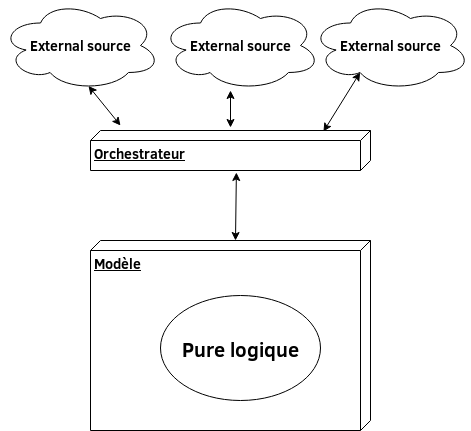
Before: fr/fp/img/6pure.png, a diagram exported from draw.io (CexJ/slides-fr-fp). Source tidied: cells renumbered, new cells last; positions are measured from the earlier drawing's top-left corner, leaving out a move shared by most shapes.
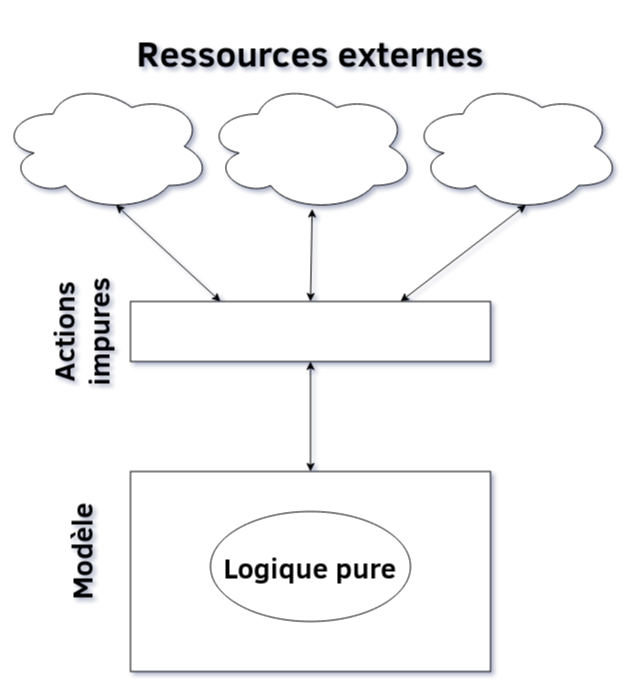
The same diagram one commit later.

Diff of the diagram source:
```diff
@@ -2,40 +2,44 @@
   <root>
     <mxCell id="0" />
     <mxCell id="1" parent="0" />
-    <mxCell id="2" value="&lt;font style=&quot;font-size: 14px&quot;&gt;&lt;b&gt;&lt;span class=&quot;tlid-translation translation&quot; lang=&quot;fr&quot;&gt;Orchestrateur&lt;/span&gt;&lt;span class=&quot;tlid-translation-gender-indicator translation-gender-indicator&quot;&gt;&lt;/span&gt;&lt;/b&gt;&lt;/font&gt;" style="verticalAlign=top;align=left;spacingTop=8;spacingLeft=2;spacingRight=12;shape=cube;size=10;direction=south;fontStyle=4;html=1;rounded=0;shadow=0;comic=0;labelBackgroundColor=none;strokeWidth=1;fontFamily=Verdana;fontSize=12;" parent="1" vertex="1">
-      <mxGeometry x="90" y="130" width="280" height="40" as="geometry" />
+    <mxCell id="2" style="rounded=0;whiteSpace=wrap;html=1;" parent="1" vertex="1">
+      <mxGeometry x="290" y="310" width="360" height="60" as="geometry" />
     </mxCell>
-    <mxCell id="3" value="&lt;font size=&quot;1&quot;&gt;&lt;b&gt;&lt;span class=&quot;tlid-translation translation&quot; lang=&quot;fr&quot;&gt;&lt;span title=&quot;&quot; class=&quot;&quot; style=&quot;font-size: 14px&quot;&gt;Modèle&lt;/span&gt;&lt;/span&gt;&lt;/b&gt;&lt;/font&gt;" style="verticalAlign=top;align=left;spacingTop=8;spacingLeft=2;spacingRight=12;shape=cube;size=10;direction=south;fontStyle=4;html=1;rounded=0;shadow=0;comic=0;labelBackgroundColor=none;strokeWidth=1;fontFamily=Verdana;fontSize=12;" parent="1" vertex="1">
-      <mxGeometry x="90" y="240" width="280" height="190" as="geometry" />
+    <mxCell id="3" style="rounded=0;whiteSpace=wrap;html=1;" parent="1" vertex="1">
+      <mxGeometry x="290" y="480" width="360" height="200" as="geometry" />
     </mxCell>
-    <mxCell id="4" value="&lt;font style=&quot;font-size: 14px&quot;&gt;&lt;b&gt;External source&lt;/b&gt;&lt;/font&gt;" style="ellipse;shape=cloud;whiteSpace=wrap;html=1;" parent="1" vertex="1">
-      <mxGeometry width="160" height="90" as="geometry" />
+    <mxCell id="4" value="&lt;div&gt;&lt;h2&gt;Actions impures&lt;br&gt;&lt;/h2&gt;&lt;/div&gt;" style="text;html=1;strokeColor=none;fillColor=none;align=center;verticalAlign=middle;whiteSpace=wrap;rounded=0;fontSize=19;rotation=270;" parent="1" vertex="1">
+      <mxGeometry x="220" y="330" width="40" height="20" as="geometry" />
     </mxCell>
-    <mxCell id="5" value="&lt;font style=&quot;font-size: 14px&quot;&gt;&lt;b&gt;External source&lt;/b&gt;&lt;/font&gt;" style="ellipse;shape=cloud;whiteSpace=wrap;html=1;" parent="1" vertex="1">
-      <mxGeometry x="160" width="160" height="90" as="geometry" />
+    <mxCell id="5" value="&lt;h2&gt;Modèle&lt;/h2&gt;" style="text;html=1;strokeColor=none;fillColor=none;align=center;verticalAlign=middle;whiteSpace=wrap;rounded=0;fontSize=19;rotation=270;" parent="1" vertex="1">
+      <mxGeometry x="220" y="550" width="40" height="20" as="geometry" />
     </mxCell>
-    <mxCell id="6" value="&lt;font style=&quot;font-size: 14px&quot;&gt;&lt;b&gt;External source&lt;/b&gt;&lt;/font&gt;" style="ellipse;shape=cloud;whiteSpace=wrap;html=1;" parent="1" vertex="1">
-      <mxGeometry x="310" width="160" height="90" as="geometry" />
+    <mxCell id="6" style="endArrow=classic;startArrow=classic;html=1;fontSize=24;entryX=0.5;entryY=0;entryDx=0;entryDy=0;exitX=0.5;exitY=1;exitDx=0;exitDy=0;" parent="1" edge="1" source="2" target="3">
+      <mxGeometry relative="1" as="geometry" />
     </mxCell>
-    <mxCell id="7" style="endArrow=classic;startArrow=classic;html=1;entryX=0.55;entryY=0.95;entryDx=0;entryDy=0;entryPerimeter=0;" parent="1" edge="1" target="4">
-      <mxGeometry relative="1" as="geometry">
-        <mxPoint x="120" y="125" as="sourcePoint" />
-      </mxGeometry>
+    <mxCell id="7" value="&lt;h3&gt;Logique pure&lt;br&gt;&lt;/h3&gt;" style="ellipse;whiteSpace=wrap;html=1;fontSize=24;" parent="1" vertex="1">
+      <mxGeometry x="370" y="520" width="200" height="110" as="geometry" />
     </mxCell>
-    <mxCell id="8" style="endArrow=classic;startArrow=classic;html=1;" parent="1" edge="1">
-      <mxGeometry relative="1" as="geometry">
-        <mxPoint x="230" y="127" as="sourcePoint" />
-        <mxPoint x="230" y="90" as="targetPoint" />
-      </mxGeometry>
+    <mxCell id="8" style="ellipse;shape=cloud;whiteSpace=wrap;html=1;fontSize=24;" parent="1" vertex="1">
+      <mxGeometry x="160" y="90" width="210" height="130" as="geometry" />
     </mxCell>
-    <mxCell id="9" style="endArrow=classic;startArrow=classic;html=1;entryX=0.31;entryY=0.8;entryDx=0;entryDy=0;entryPerimeter=0;exitX=0.025;exitY=0.168;exitDx=0;exitDy=0;exitPerimeter=0;" parent="1" edge="1" source="2" target="6">
-      <mxGeometry relative="1" as="geometry" />
+    <mxCell id="9" style="ellipse;shape=cloud;whiteSpace=wrap;html=1;fontSize=24;" parent="1" vertex="1">
+      <mxGeometry x="365" y="90" width="210" height="130" as="geometry" />
     </mxCell>
-    <mxCell id="10" style="endArrow=classic;startArrow=classic;html=1;entryX=1.05;entryY=0.479;entryDx=0;entryDy=0;entryPerimeter=0;exitX=0;exitY=0;exitDx=0;exitDy=135;exitPerimeter=0;" parent="1" edge="1" source="3" target="2">
-      <mxGeometry relative="1" as="geometry" />
+    <mxCell id="10" style="ellipse;shape=cloud;whiteSpace=wrap;html=1;fontSize=24;" parent="1" vertex="1">
+      <mxGeometry x="570" y="90" width="210" height="130" as="geometry" />
     </mxCell>
-    <mxCell id="11" value="&lt;font style=&quot;font-size: 20px&quot;&gt;&lt;b&gt;Pure logique&lt;/b&gt;&lt;/font&gt;" style="ellipse;whiteSpace=wrap;html=1;" parent="1" vertex="1">
-      <mxGeometry x="160" y="295" width="160" height="105" as="geometry" />
+    <mxCell id="11" value="&lt;h2&gt;Ressources externes&lt;br&gt;&lt;/h2&gt;" style="text;html=1;strokeColor=none;fillColor=none;align=center;verticalAlign=middle;whiteSpace=wrap;rounded=0;fontSize=24;" parent="1" vertex="1">
+      <mxGeometry x="235" y="10" width="470" height="100" as="geometry" />
     </mxCell>
+    <mxCell id="12" style="endArrow=classic;startArrow=classic;html=1;fontSize=24;entryX=0.55;entryY=0.95;entryDx=0;entryDy=0;entryPerimeter=0;exitX=0.25;exitY=0;exitDx=0;exitDy=0;" parent="1" edge="1" source="2" target="8">
+      <mxGeometry relative="1" as="geometry" />
+    </mxCell>
+    <mxCell id="13" style="endArrow=classic;startArrow=classic;html=1;fontSize=24;entryX=0.508;entryY=0.98;entryDx=0;entryDy=0;entryPerimeter=0;exitX=0.5;exitY=0;exitDx=0;exitDy=0;" parent="1" edge="1" source="2" target="9">
+      <mxGeometry relative="1" as="geometry" />
+    </mxCell>
+    <mxCell id="14" style="endArrow=classic;startArrow=classic;html=1;fontSize=24;entryX=0.55;entryY=0.95;entryDx=0;entryDy=0;entryPerimeter=0;exitX=0.75;exitY=0;exitDx=0;exitDy=0;" parent="1" edge="1" source="2" target="10">
+      <mxGeometry relative="1" as="geometry" />
+    </mxCell>
   </root>
 </mxGraphModel>
```
